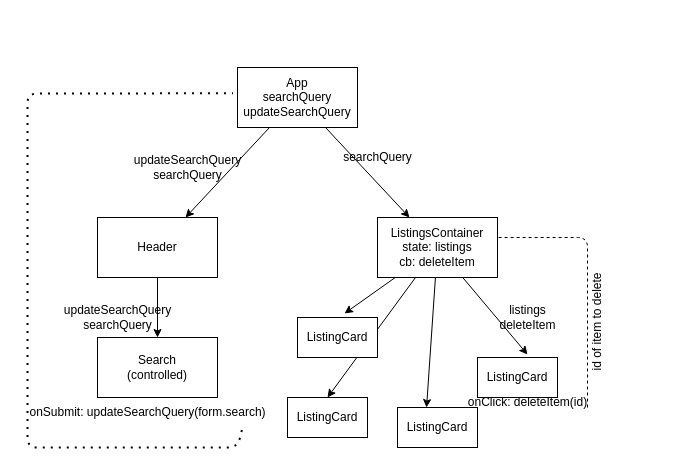
rachelAtFlatiron/react-hooks-mock-code-challenge-gregslist keeps this draw.io diagram as app.drawio. Above is the earlier version. Source tidied: cells renumbered, new cells numbered last; positions are measured from the earlier drawing's top-left corner, leaving out a move shared by most shapes. Both pictures are drawn from the tidied source at 100%, with x=0, y=0 at pixel (17, 67).
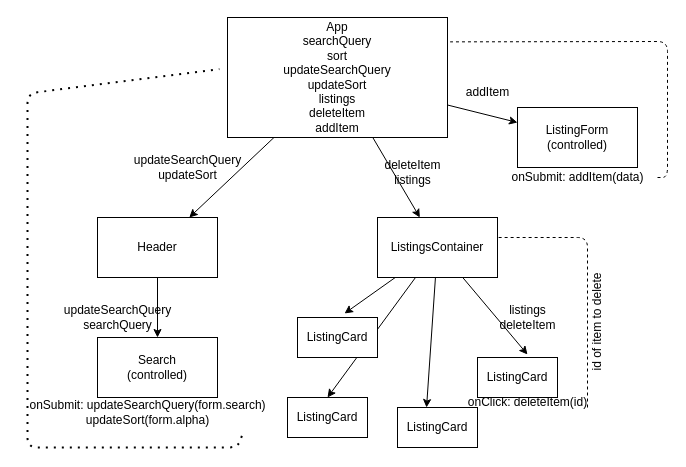
Above is the later version.

Change to the diagram source:
```diff
@@
+    <mxCell id="26" style="edgeStyle=none;html=1;" parent="1" edge="1" source="4" target="27">
+      <mxGeometry relative="1" as="geometry" />
+    </mxCell>
-    <mxCell id="4" value="App&lt;br&gt;searchQuery&lt;br&gt;updateSearchQuery" style="whiteSpace=wrap;html=1;" parent="1" vertex="1">
-      <mxGeometry x="220" width="120" height="60" as="geometry" />
+    <mxCell id="4" value="App&lt;br&gt;searchQuery&lt;br&gt;sort&lt;br&gt;updateSearchQuery&lt;br&gt;updateSort&lt;br&gt;listings&lt;br&gt;deleteItem&lt;br&gt;addItem" style="whiteSpace=wrap;html=1;" parent="1" vertex="1">
+      <mxGeometry x="210" y="-50" width="220" height="120" as="geometry" />
     </mxCell>
@@
-    <mxCell id="11" value="ListingsContainer&lt;br&gt;state: listings&lt;br&gt;cb: deleteItem" style="whiteSpace=wrap;html=1;" parent="1" vertex="1">
+    <mxCell id="11" value="ListingsContainer" style="whiteSpace=wrap;html=1;" parent="1" vertex="1">
       <mxGeometry x="360" y="150" width="120" height="60" as="geometry" />
     </mxCell>
@@
-    <mxCell id="21" value="updateSearchQuery&lt;br&gt;searchQuery" style="text;html=1;align=center;verticalAlign=middle;strokeColor=none;fillColor=none;" parent="1" vertex="1">
+    <mxCell id="21" value="updateSearchQuery&lt;br&gt;updateSort" style="text;html=1;align=center;verticalAlign=middle;strokeColor=none;fillColor=none;" parent="1" vertex="1">
       <mxGeometry x="105" y="80" width="130" height="40" as="geometry" />
     </mxCell>
@@
-    <mxCell id="23" value="searchQuery" style="text;html=1;align=center;verticalAlign=middle;strokeColor=none;fillColor=none;" parent="1" vertex="1">
-      <mxGeometry x="315" y="75" width="90" height="30" as="geometry" />
+    <mxCell id="23" value="deleteItem&lt;br&gt;listings" style="text;html=1;align=center;verticalAlign=middle;strokeColor=none;fillColor=none;" parent="1" vertex="1">
+      <mxGeometry x="355" y="85" width="80" height="40" as="geometry" />
     </mxCell>
-    <mxCell id="24" value="onSubmit: updateSearchQuery(form.search)" style="text;html=1;align=center;verticalAlign=middle;points=[];strokeColor=none;fillColor=none;" parent="1" vertex="1">
-      <mxGeometry y="330" width="260" height="30" as="geometry" />
+    <mxCell id="24" value="onSubmit: updateSearchQuery(form.search)&lt;br&gt;updateSort(form.alpha)" style="text;html=1;align=center;verticalAlign=middle;points=[];strokeColor=none;fillColor=none;" parent="1" vertex="1">
+      <mxGeometry y="325" width="260" height="40" as="geometry" />
     </mxCell>
@@
+    <mxCell id="27" value="ListingForm&lt;br&gt;(controlled)" style="whiteSpace=wrap;html=1;" parent="1" vertex="1">
+      <mxGeometry x="500" y="40" width="120" height="60" as="geometry" />
+    </mxCell>
+    <mxCell id="28" value="addItem" style="text;html=1;align=center;verticalAlign=middle;strokeColor=none;fillColor=none;" parent="1" vertex="1">
+      <mxGeometry x="435" y="10" width="70" height="30" as="geometry" />
+    </mxCell>
+    <mxCell id="29" value="onSubmit: addItem(data)" style="text;html=1;align=center;verticalAlign=middle;points=[];strokeColor=none;fillColor=none;" parent="1" vertex="1">
+      <mxGeometry x="480" y="95" width="160" height="30" as="geometry" />
+    </mxCell>
+    <mxCell id="30" style="endArrow=none;dashed=1;html=1;entryX=1.012;entryY=0.203;entryDx=0;entryDy=0;entryPerimeter=0;" parent="1" edge="1" source="29" target="4">
+      <mxGeometry relative="1" as="geometry">
+        <Array as="points">
+          <mxPoint x="650" y="110" />
+          <mxPoint x="650" y="-26" />
+        </Array>
+      </mxGeometry>
+    </mxCell>
```
